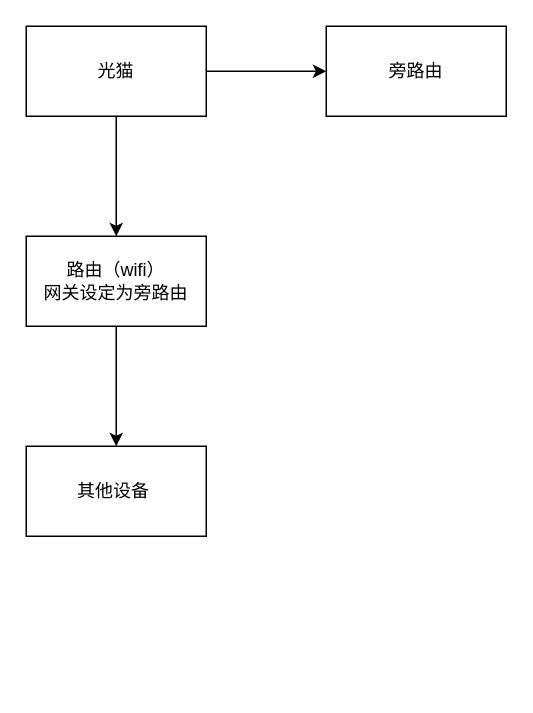
Before: 旁路网关应用一则.drawio in RekiDunois/ImagineThings, a draw.io diagram. Source tidied: cells renumbered, new cells numbered last; positions are measured from the earlier drawing's top-left corner, leaving out a move shared by most shapes. Both pictures are drawn from the tidied source at 150%, with x=0, y=0 at pixel (26, 26).
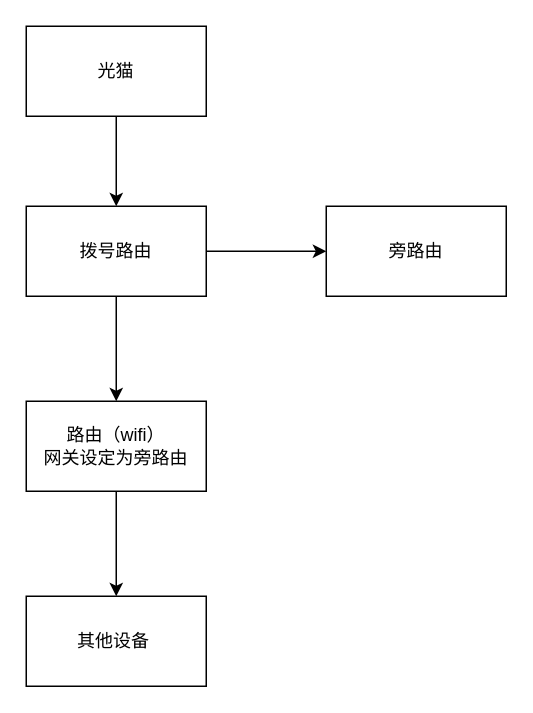
After the change.

Commit message (it also covers changes not shown here):
更新旁路网关应用一则.drawio

Change to the diagram source:
```diff
@@
 <mxGraphModel>
   <root>
     <mxCell id="0" />
     <mxCell id="1" parent="0" />
-    <mxCell id="2" style="edgeStyle=orthogonalEdgeStyle;rounded=0;jettySize=auto;html=1;" parent="1" edge="1" source="4" target="5">
+    <mxCell id="2" style="edgeStyle=orthogonalEdgeStyle;rounded=0;jettySize=auto;html=1;" parent="1" edge="1" source="10" target="5">
       <mxGeometry relative="1" as="geometry" />
     </mxCell>
-    <mxCell id="3" style="edgeStyle=orthogonalEdgeStyle;rounded=0;jettySize=auto;html=1;" parent="1" edge="1" source="4" target="7">
+    <mxCell id="3" style="edgeStyle=orthogonalEdgeStyle;rounded=0;jettySize=auto;html=1;entryX=0.5;entryY=0;entryDx=0;entryDy=0;" parent="1" edge="1" source="4" target="10">
       <mxGeometry relative="1" as="geometry" />
     </mxCell>
     <mxCell id="4" value="光猫" style="rounded=0;whiteSpace=wrap;html=1;" parent="1" vertex="1">
       <mxGeometry width="120" height="60" as="geometry" />
     </mxCell>
     <mxCell id="5" value="旁路由" style="rounded=0;whiteSpace=wrap;html=1;" parent="1" vertex="1">
-      <mxGeometry x="200" width="120" height="60" as="geometry" />
+      <mxGeometry x="200" y="120" width="120" height="60" as="geometry" />
     </mxCell>
     <mxCell id="6" style="edgeStyle=orthogonalEdgeStyle;rounded=0;jettySize=auto;html=1;" parent="1" edge="1" source="7" target="8">
       <mxGeometry relative="1" as="geometry" />
     </mxCell>
     <mxCell id="7" value="路由（wifi）&lt;br&gt;网关设定为旁路由" style="rounded=0;whiteSpace=wrap;html=1;" parent="1" vertex="1">
-      <mxGeometry y="140" width="120" height="60" as="geometry" />
+      <mxGeometry y="250" width="120" height="60" as="geometry" />
     </mxCell>
     <mxCell id="8" value="其他设备&amp;nbsp;" style="rounded=0;whiteSpace=wrap;html=1;" parent="1" vertex="1">
-      <mxGeometry y="280" width="120" height="60" as="geometry" />
+      <mxGeometry y="380" width="120" height="60" as="geometry" />
     </mxCell>
+    <mxCell id="9" style="edgeStyle=orthogonalEdgeStyle;rounded=0;jettySize=auto;html=1;entryX=0.5;entryY=0;entryDx=0;entryDy=0;" parent="1" edge="1" source="10" target="7">
+      <mxGeometry relative="1" as="geometry" />
+    </mxCell>
+    <mxCell id="10" value="拨号路由" style="rounded=0;whiteSpace=wrap;html=1;" parent="1" vertex="1">
+      <mxGeometry y="120" width="120" height="60" as="geometry" />
+    </mxCell>
   </root>
 </mxGraphModel>
```
